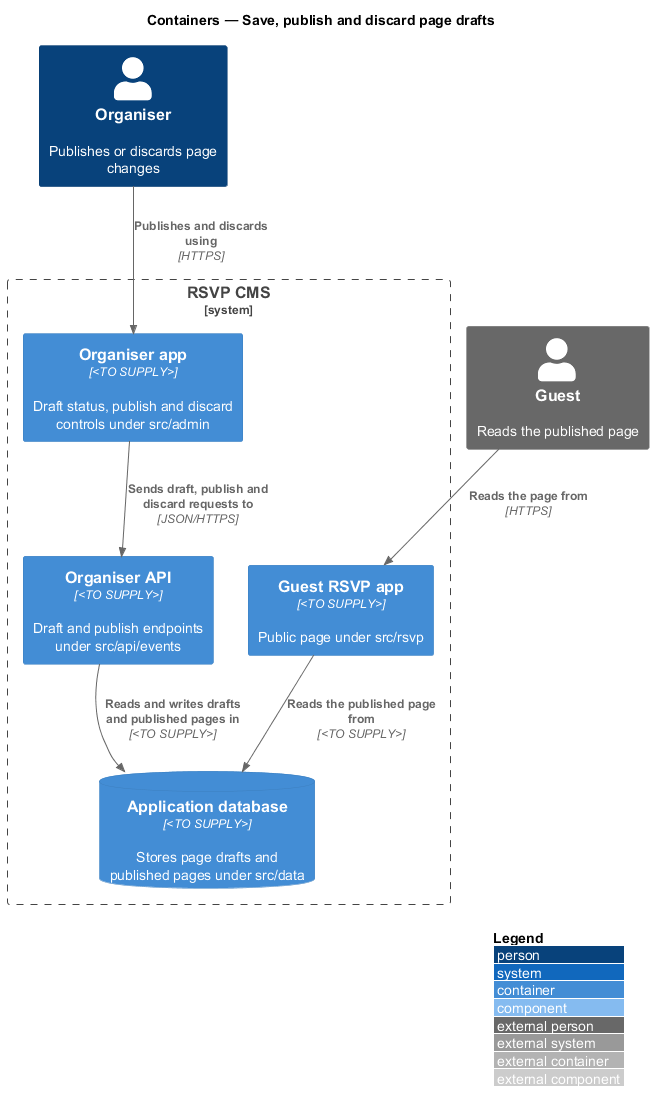
Before: docs/detailed-designs/event-page/publish-page-draft/diagrams/c4-container.png, a diagram exported from PlantUML (QuinntyneBrown/rsvp-cms). Its diagram source:
```plantuml
@startuml
!include <C4/C4_Component>
LAYOUT_WITH_LEGEND()
title Containers — Save, publish and discard page drafts

Person(organiser, "Organiser", "Publishes or discards page changes")
Person_Ext(guest, "Guest", "Reads the published page")
System_Boundary(cms, "RSVP CMS") {
  Container(admin, "Organiser app", "<TO SUPPLY>", "Draft status, publish and discard controls under src/admin")
  Container(rsvp, "Guest RSVP app", "<TO SUPPLY>", "Public page under src/rsvp")
  Container(api, "Organiser API", "<TO SUPPLY>", "Draft and publish endpoints under src/api/events")
  ContainerDb(db, "Application database", "<TO SUPPLY>", "Stores page drafts and published pages under src/data")
}

Rel(organiser, admin, "Publishes and discards using", "HTTPS")
Rel(admin, api, "Sends draft, publish and discard requests to", "JSON/HTTPS")
Rel(api, db, "Reads and writes drafts and published pages in", "<TO SUPPLY>")
Rel(guest, rsvp, "Reads the page from", "HTTPS")
Rel(rsvp, db, "Reads the published page from", "<TO SUPPLY>")
@enduml
```
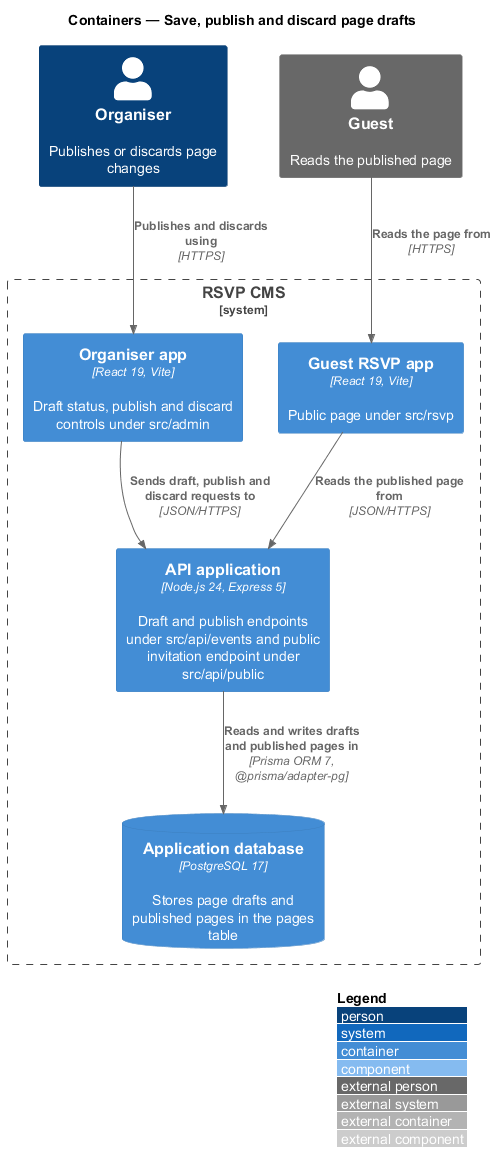
The same diagram one commit later.

The edit, as a diff of the source:
```diff
@@ -6,15 +6,15 @@
 Person(organiser, "Organiser", "Publishes or discards page changes")
 Person_Ext(guest, "Guest", "Reads the published page")
 System_Boundary(cms, "RSVP CMS") {
-  Container(admin, "Organiser app", "<TO SUPPLY>", "Draft status, publish and discard controls under src/admin")
-  Container(rsvp, "Guest RSVP app", "<TO SUPPLY>", "Public page under src/rsvp")
-  Container(api, "Organiser API", "<TO SUPPLY>", "Draft and publish endpoints under src/api/events")
-  ContainerDb(db, "Application database", "<TO SUPPLY>", "Stores page drafts and published pages under src/data")
+  Container(admin, "Organiser app", "React 19, Vite", "Draft status, publish and discard controls under src/admin")
+  Container(rsvp, "Guest RSVP app", "React 19, Vite", "Public page under src/rsvp")
+  Container(api, "API application", "Node.js 24, Express 5", "Draft and publish endpoints under src/api/events and public invitation endpoint under src/api/public")
+  ContainerDb(db, "Application database", "PostgreSQL 17", "Stores page drafts and published pages in the pages table")
 }
 
 Rel(organiser, admin, "Publishes and discards using", "HTTPS")
 Rel(admin, api, "Sends draft, publish and discard requests to", "JSON/HTTPS")
-Rel(api, db, "Reads and writes drafts and published pages in", "<TO SUPPLY>")
+Rel(api, db, "Reads and writes drafts and published pages in", "Prisma ORM 7, @prisma/adapter-pg")
 Rel(guest, rsvp, "Reads the page from", "HTTPS")
-Rel(rsvp, db, "Reads the published page from", "<TO SUPPLY>")
+Rel(rsvp, api, "Reads the published page from", "JSON/HTTPS")
 @enduml
```
